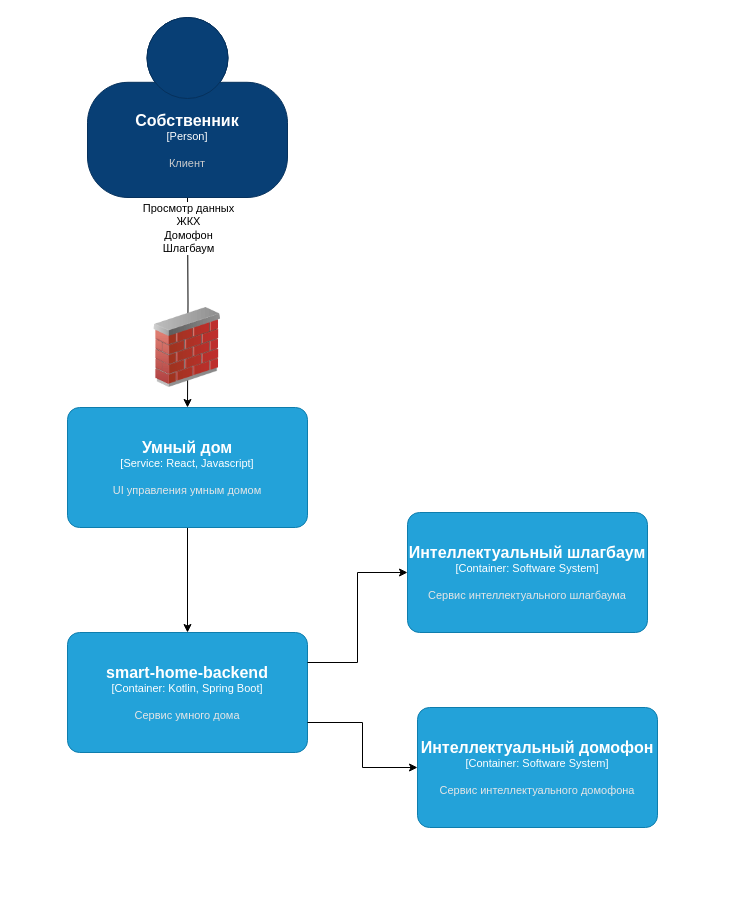
Above: Task3/С4_context.drawio in bundris/architecture-propdevelopment (draw.io), before the change. Source tidied: cells renumbered, new cells numbered last; positions are measured from the earlier drawing's top-left corner, leaving out a move shared by most shapes. Both pictures are drawn from the tidied source at 100%, with x=0, y=0 at pixel (67, 17).
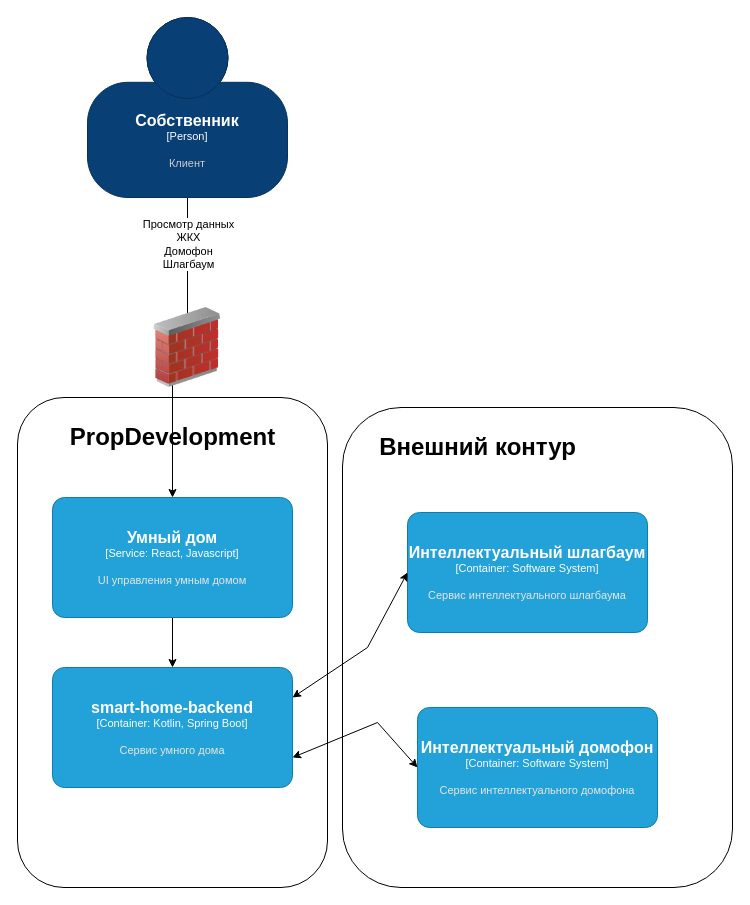
After the change.

The change refers to these unchanged cells:
```xml
<object id="9" label="&lt;font style=&quot;font-size: 16px&quot;&gt;&lt;b&gt;%c4Name%&lt;/b&gt;&lt;/font&gt;&lt;div&gt;[%c4Type%: %c4Technology%]&lt;/div&gt;&lt;br&gt;&lt;div&gt;&lt;font style=&quot;font-size: 11px&quot;&gt;&lt;font color=&quot;#E6E6E6&quot;&gt;%c4Description%&lt;/font&gt;&lt;/div&gt;" c4Description="Сервис интеллектуального шлагбаума" c4Name="Интеллектуальный шлагбаум" c4Technology="Software System" c4Type="Container" placeholders="1">
  <mxCell style="rounded=1;whiteSpace=wrap;html=1;fontSize=11;labelBackgroundColor=none;fillColor=#23A2D9;fontColor=#ffffff;align=center;arcSize=10;strokeColor=#0E7DAD;points=[[0.25,0,0],[0.5,0,0],[0.75,0,0],[1,0.25,0],[1,0.5,0],[1,0.75,0],[0.75,1,0],[0.5,1,0],[0.25,1,0],[0,0.75,0],[0,0.5,0],[0,0.25,0]];" parent="1" vertex="1">
    <mxGeometry x="340" y="495" width="240" height="120" as="geometry" />
  </mxCell>
</object>
```

What changed in the source:
```diff
@@
+    <mxCell id="13" style="rounded=1;whiteSpace=wrap;html=1;" parent="1" vertex="1">
+      <mxGeometry x="-50" y="380" width="310" height="490" as="geometry" />
+    </mxCell>
+    <mxCell id="14" style="rounded=1;whiteSpace=wrap;html=1;" parent="1" vertex="1">
+      <mxGeometry x="275" y="390" width="390" height="480" as="geometry" />
+    </mxCell>
     <mxCell id="2" style="edgeStyle=orthogonalEdgeStyle;rounded=0;jettySize=auto;html=1;entryX=0.5;entryY=0;entryDx=0;entryDy=0;entryPerimeter=0;" parent="1" edge="1" target="5">
       <mxGeometry relative="1" as="geometry">
         <mxPoint x="120" y="180" as="sourcePoint" />
+        <Array as="points">
+          <mxPoint x="120" y="331" />
+          <mxPoint x="105" y="331" />
+        </Array>
       </mxGeometry>
     </mxCell>
@@
     <object id="5" label="&lt;font style=&quot;font-size: 16px&quot;&gt;&lt;b&gt;%c4Name%&lt;/b&gt;&lt;/font&gt;&lt;div&gt;[%c4Type%: %c4Technology%]&lt;/div&gt;&lt;br&gt;&lt;div&gt;&lt;font style=&quot;font-size: 11px&quot;&gt;&lt;font color=&quot;#E6E6E6&quot;&gt;%c4Description%&lt;/font&gt;&lt;/div&gt;" c4Description="UI управления умным домом" c4Name="Умный дом" c4Technology="React, Javascript" c4Type="Service" placeholders="1">
       <mxCell style="rounded=1;whiteSpace=wrap;html=1;fontSize=11;labelBackgroundColor=none;fillColor=#23A2D9;fontColor=#ffffff;align=center;arcSize=10;strokeColor=#0E7DAD;points=[[0.25,0,0],[0.5,0,0],[0.75,0,0],[1,0.25,0],[1,0.5,0],[1,0.75,0],[0.75,1,0],[0.5,1,0],[0.25,1,0],[0,0.75,0],[0,0.5,0],[0,0.25,0]];" parent="1" vertex="1">
-        <mxGeometry y="390" width="240" height="120" as="geometry" />
+        <mxGeometry x="-15" y="480" width="240" height="120" as="geometry" />
       </mxCell>
     </object>
@@
     <object id="8" label="&lt;font style=&quot;font-size: 16px&quot;&gt;&lt;b&gt;%c4Name%&lt;/b&gt;&lt;/font&gt;&lt;div&gt;[%c4Type%: %c4Technology%]&lt;/div&gt;&lt;br&gt;&lt;div&gt;&lt;font style=&quot;font-size: 11px&quot;&gt;&lt;font color=&quot;#E6E6E6&quot;&gt;%c4Description%&lt;/font&gt;&lt;/div&gt;" c4Description="Сервис умного дома" c4Name="smart-home-backend" c4Technology="Kotlin, Spring Boot" c4Type="Container" placeholders="1">
       <mxCell style="rounded=1;whiteSpace=wrap;html=1;fontSize=11;labelBackgroundColor=none;fillColor=#23A2D9;fontColor=#ffffff;align=center;arcSize=10;strokeColor=#0E7DAD;points=[[0.25,0,0],[0.5,0,0],[0.75,0,0],[1,0.25,0],[1,0.5,0],[1,0.75,0],[0.75,1,0],[0.5,1,0],[0.25,1,0],[0,0.75,0],[0,0.5,0],[0,0.25,0]];" parent="1" vertex="1">
-        <mxGeometry y="615" width="240" height="120" as="geometry" />
+        <mxGeometry x="-15" y="650" width="240" height="120" as="geometry" />
       </mxCell>
     </object>
@@
+    <object id="12" label="&lt;font style=&quot;font-size: 16px&quot;&gt;&lt;b&gt;%c4Name%&lt;/b&gt;&lt;/font&gt;&lt;div&gt;[%c4Type%: %c4Technology%]&lt;/div&gt;&lt;br&gt;&lt;div&gt;&lt;font style=&quot;font-size: 11px&quot;&gt;&lt;font color=&quot;#E6E6E6&quot;&gt;%c4Description%&lt;/font&gt;&lt;/div&gt;" c4Description="Сервис интеллектуального домофона" c4Name="Интеллектуальный домофон" c4Technology="Software System" c4Type="Container" placeholders="1">
+      <mxCell style="rounded=1;whiteSpace=wrap;html=1;fontSize=11;labelBackgroundColor=none;fillColor=#23A2D9;fontColor=#ffffff;align=center;arcSize=10;strokeColor=#0E7DAD;points=[[0.25,0,0],[0.5,0,0],[0.75,0,0],[1,0.25,0],[1,0.5,0],[1,0.75,0],[0.75,1,0],[0.5,1,0],[0.25,1,0],[0,0.75,0],[0,0.5,0],[0,0.25,0]];" parent="1" vertex="1">
+        <mxGeometry x="350" y="690" width="240" height="120" as="geometry" />
+      </mxCell>
+    </object>
-    <mxCell id="10" style="edgeStyle=orthogonalEdgeStyle;rounded=0;jettySize=auto;html=1;exitX=1;exitY=0.25;exitDx=0;exitDy=0;exitPerimeter=0;entryX=0;entryY=0.5;entryDx=0;entryDy=0;entryPerimeter=0;" parent="1" edge="1" source="8" target="9">
-      <mxGeometry relative="1" as="geometry" />
+    <mxCell id="10" style="endArrow=classic;startArrow=classic;html=1;rounded=0;exitX=1;exitY=0.25;exitDx=0;exitDy=0;exitPerimeter=0;entryX=0;entryY=0.5;entryDx=0;entryDy=0;entryPerimeter=0;" parent="1" edge="1" source="8" target="9">
+      <mxGeometry relative="1" as="geometry">
+        <Array as="points">
+          <mxPoint x="300" y="630" />
+        </Array>
+      </mxGeometry>
     </mxCell>
-    <mxCell id="11" style="edgeStyle=orthogonalEdgeStyle;rounded=0;jettySize=auto;html=1;exitX=1;exitY=0.75;exitDx=0;exitDy=0;exitPerimeter=0;entryX=0;entryY=0.5;entryDx=0;entryDy=0;entryPerimeter=0;" parent="1" edge="1" source="8" target="12">
-      <mxGeometry relative="1" as="geometry" />
+    <mxCell id="11" style="endArrow=classic;startArrow=classic;html=1;rounded=0;exitX=1;exitY=0.75;exitDx=0;exitDy=0;exitPerimeter=0;entryX=0;entryY=0.5;entryDx=0;entryDy=0;entryPerimeter=0;" parent="1" edge="1" source="8" target="12">
+      <mxGeometry relative="1" as="geometry">
+        <Array as="points">
+          <mxPoint x="310" y="705" />
+        </Array>
+      </mxGeometry>
     </mxCell>
-    <object id="12" label="&lt;font style=&quot;font-size: 16px&quot;&gt;&lt;b&gt;%c4Name%&lt;/b&gt;&lt;/font&gt;&lt;div&gt;[%c4Type%: %c4Technology%]&lt;/div&gt;&lt;br&gt;&lt;div&gt;&lt;font style=&quot;font-size: 11px&quot;&gt;&lt;font color=&quot;#E6E6E6&quot;&gt;%c4Description%&lt;/font&gt;&lt;/div&gt;" c4Description="Сервис интеллектуального домофона" c4Name="Интеллектуальный домофон" c4Technology="Software System" c4Type="Container" placeholders="1">
-      <mxCell style="rounded=1;whiteSpace=wrap;html=1;fontSize=11;labelBackgroundColor=none;fillColor=#23A2D9;fontColor=#ffffff;align=center;arcSize=10;strokeColor=#0E7DAD;points=[[0.25,0,0],[0.5,0,0],[0.75,0,0],[1,0.25,0],[1,0.5,0],[1,0.75,0],[0.75,1,0],[0.5,1,0],[0.25,1,0],[0,0.75,0],[0,0.5,0],[0,0.25,0]];" parent="1" vertex="1">
-        <mxGeometry x="350" y="690" width="240" height="120" as="geometry" />
-      </mxCell>
-    </object>
+    <mxCell id="15" value="Внешний контур" style="text;strokeColor=none;fillColor=none;html=1;fontSize=24;fontStyle=1;verticalAlign=middle;align=center;" parent="1" vertex="1">
+      <mxGeometry x="360" y="410" width="100" height="40" as="geometry" />
+    </mxCell>
+    <mxCell id="16" value="PropDevelopment" style="text;strokeColor=none;fillColor=none;html=1;fontSize=24;fontStyle=1;verticalAlign=middle;align=center;" parent="1" vertex="1">
+      <mxGeometry x="55" y="400" width="100" height="40" as="geometry" />
+    </mxCell>
```
